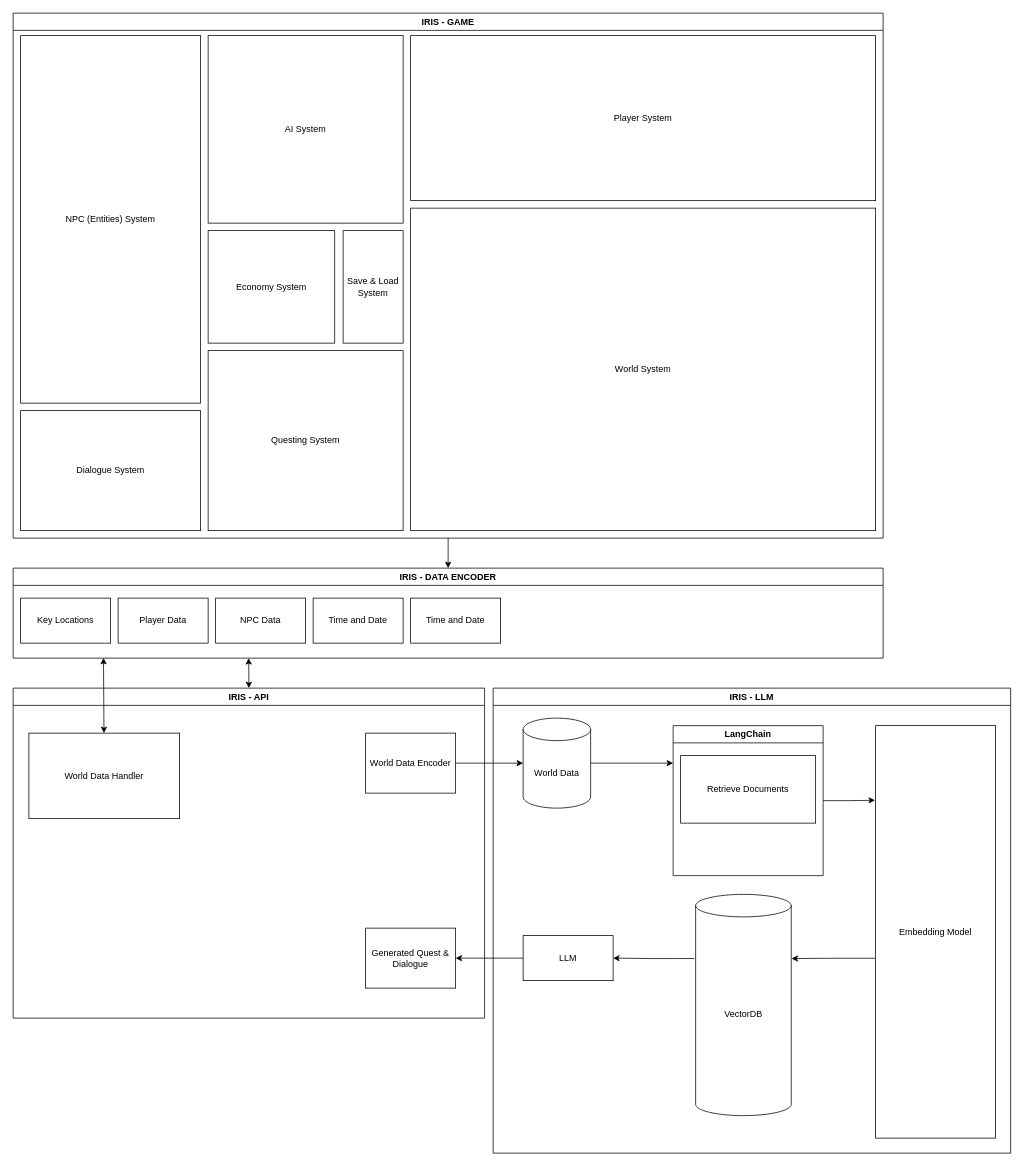
The draw.io diagram docs/iris-high_level_architecture.drawio in crimson-rain/iris, before the edit. Source tidied: cells renumbered, new cells numbered last; positions are measured from the earlier drawing's top-left corner, leaving out a move shared by most shapes. Both pictures are drawn from the tidied source at 75%, with x=0, y=0 at pixel (13, 13).
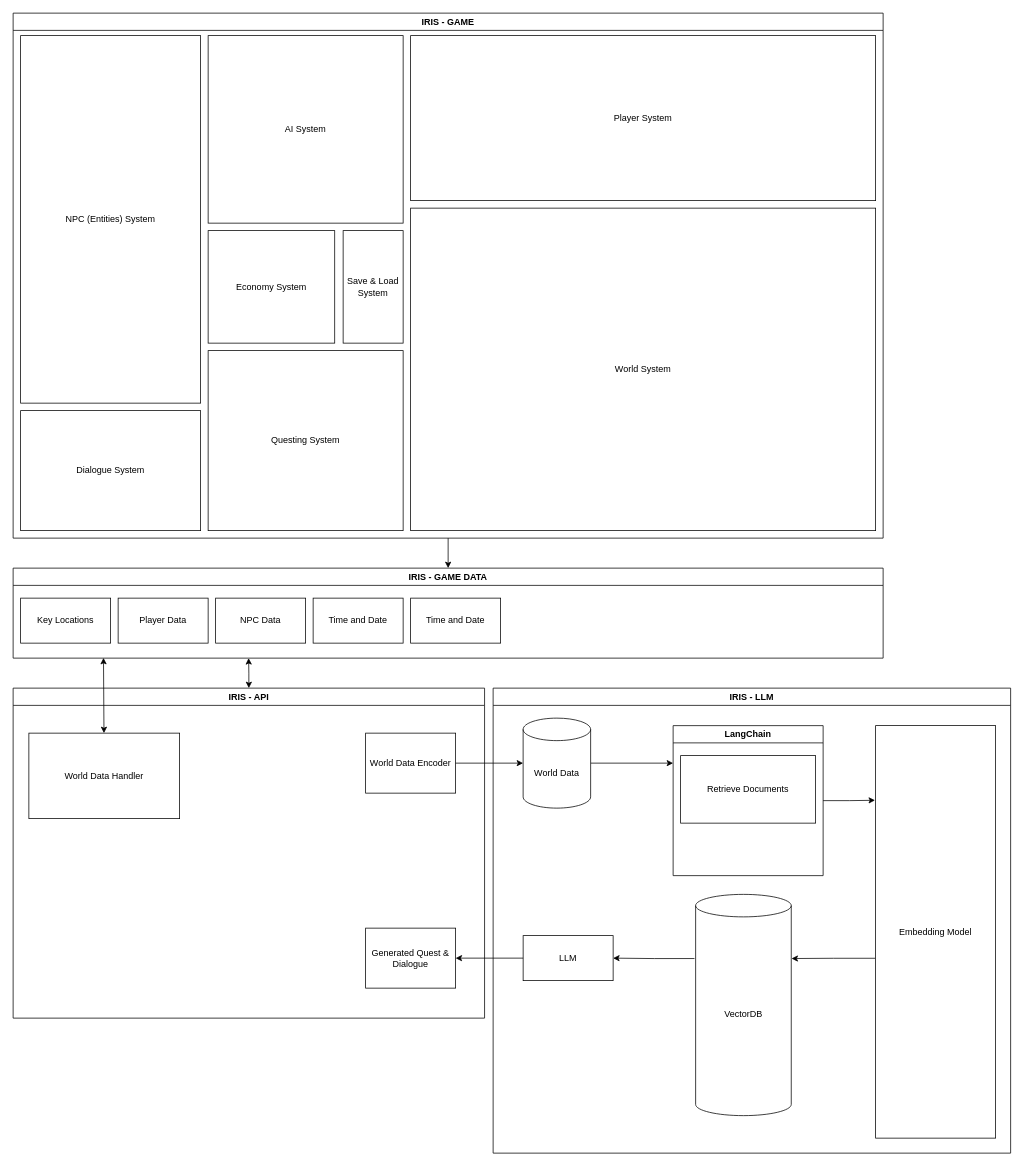
Above is the later version.

What changed in the source:
```diff
@@
-    <mxCell id="28" value="&lt;div&gt;IRIS - DATA ENCODER&lt;br&gt;&lt;/div&gt;" style="swimlane;whiteSpace=wrap;html=1;" parent="1" vertex="1">
+    <mxCell id="28" value="&lt;div&gt;IRIS - GAME DATA&lt;br&gt;&lt;/div&gt;" style="swimlane;whiteSpace=wrap;html=1;" parent="1" vertex="1">
       <mxGeometry y="740" width="1160" height="120" as="geometry" />
     </mxCell>
```
